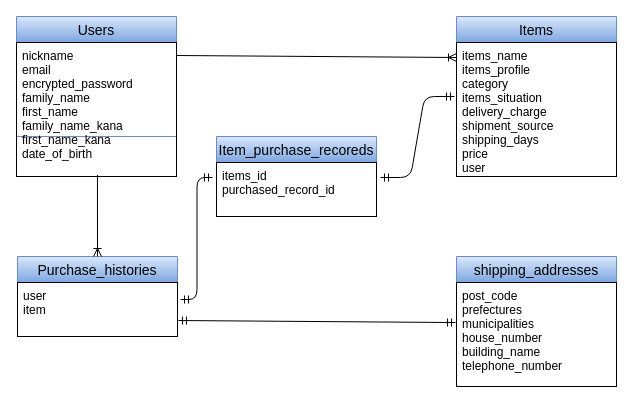
Before: furima-37257.dio in chiharu05/furima-37257, a draw.io diagram. Source tidied: cells renumbered, new cells numbered last; positions are measured from the earlier drawing's top-left corner, leaving out a move shared by most shapes. Both pictures are drawn from the tidied source at 100%, with x=0, y=0 at pixel (16, 16).
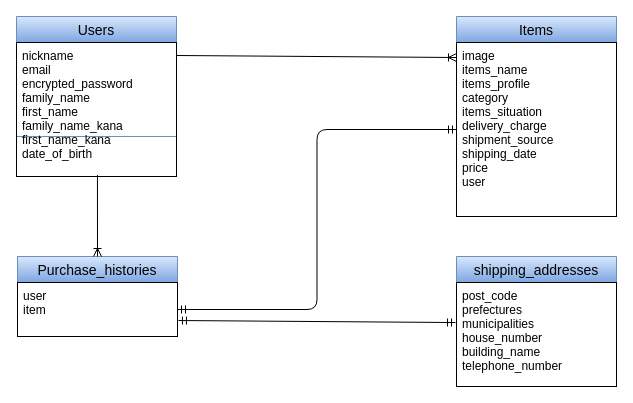
After the change.

Commit message (it also covers changes not shown here):
データベース設計の修正

The edit, as a diff of the source:
```diff
@@
 <mxGraphModel background="#ffffff">
   <root>
     <mxCell id="0" />
     <mxCell id="1" parent="0" />
     <mxCell id="2" value="Users" style="swimlane;fontStyle=0;horizontal=1;startSize=26;align=center;fontSize=14;fillColor=#dae8fc;strokeColor=#6c8ebf;gradientColor=#7ea6e0;fontColor=#000000;" parent="1" vertex="1">
       <mxGeometry width="160" height="120" as="geometry" />
     </mxCell>
     <mxCell id="3" value="Purchase_histories" style="swimlane;fontStyle=0;horizontal=1;startSize=26;align=center;fontSize=14;fillColor=#dae8fc;strokeColor=#6c8ebf;gradientColor=#7ea6e0;fontColor=#000000;" parent="1" vertex="1">
       <mxGeometry x="1" y="240" width="160" height="80" as="geometry" />
     </mxCell>
     <mxCell id="4" value="user&#10;item" style="text;fillColor=none;spacingLeft=4;spacingRight=4;overflow=hidden;points=[[0,0.5],[1,0.5]];portConstraint=eastwest;fontSize=12;fontColor=#000000;labelBorderColor=none;strokeColor=#000000;" parent="3" vertex="1">
       <mxGeometry y="26" width="160" height="54" as="geometry" />
     </mxCell>
-    <mxCell id="5" value="Item_purchase_recoreds" style="swimlane;fontStyle=0;horizontal=1;startSize=26;align=center;fontSize=14;labelBorderColor=none;fillColor=#dae8fc;strokeColor=#6c8ebf;gradientColor=#7ea6e0;fontColor=#000000;" parent="1" vertex="1">
-      <mxGeometry x="200" y="120" width="160" height="80" as="geometry" />
-    </mxCell>
-    <mxCell id="6" value="items_id&#10;purchased_record_id" style="text;fillColor=none;spacingLeft=4;spacingRight=4;overflow=hidden;points=[[0,0.5],[1,0.5]];portConstraint=eastwest;fontSize=12;fontColor=#000000;labelBorderColor=none;strokeColor=#000000;" parent="5" vertex="1">
-      <mxGeometry y="26" width="160" height="54" as="geometry" />
-    </mxCell>
     <mxCell id="7" value="Items" style="swimlane;fontStyle=0;horizontal=1;startSize=26;align=center;fontSize=14;gradientColor=#7ea6e0;fillColor=#dae8fc;strokeColor=#6c8ebf;fontColor=#000000;" parent="1" vertex="1">
-      <mxGeometry x="440" width="160" height="160" as="geometry" />
+      <mxGeometry x="440" width="160" height="200" as="geometry" />
     </mxCell>
-    <mxCell id="8" value="items_name&#10;items_profile&#10;category&#10;items_situation&#10;delivery_charge&#10;shipment_source&#10;shipping_days&#10;price&#10;user" style="text;fillColor=none;spacingLeft=4;spacingRight=4;overflow=hidden;points=[[0,0.5],[1,0.5]];portConstraint=eastwest;fontSize=12;fontColor=#000000;labelBorderColor=none;strokeColor=#000000;" parent="7" vertex="1">
-      <mxGeometry y="26" width="160" height="134" as="geometry" />
+    <mxCell id="8" value="image&#10;items_name&#10;items_profile&#10;category&#10;items_situation&#10;delivery_charge&#10;shipment_source&#10;shipping_date&#10;price&#10;user" style="text;fillColor=none;spacingLeft=4;spacingRight=4;overflow=hidden;points=[[0,0.5],[1,0.5]];portConstraint=eastwest;fontSize=12;fontColor=#000000;labelBorderColor=none;strokeColor=#000000;" parent="7" vertex="1">
+      <mxGeometry y="26" width="160" height="174" as="geometry" />
     </mxCell>
     <mxCell id="9" value="shipping_addresses" style="swimlane;fontStyle=0;horizontal=1;startSize=26;align=center;fontSize=14;gradientColor=#7ea6e0;fillColor=#dae8fc;strokeColor=#6c8ebf;fontColor=#000000;" parent="1" vertex="1">
       <mxGeometry x="440" y="240" width="160" height="130" as="geometry" />
     </mxCell>
     <mxCell id="10" value="post_code&#10;prefectures&#10;municipalities&#10;house_number&#10;building_name&#10;telephone_number" style="text;fillColor=none;spacingLeft=4;spacingRight=4;overflow=hidden;points=[[0,0.5],[1,0.5]];portConstraint=eastwest;fontSize=12;fontColor=#000000;labelBorderColor=none;strokeColor=#000000;" parent="9" vertex="1">
       <mxGeometry y="26" width="160" height="104" as="geometry" />
     </mxCell>
     <mxCell id="11" style="fontSize=12;html=1;endArrow=ERoneToMany;strokeColor=#000000;entryX=0.5;entryY=0;entryDx=0;entryDy=0;exitX=0.506;exitY=0.989;exitDx=0;exitDy=0;exitPerimeter=0;" parent="1" edge="1" source="14" target="3">
       <mxGeometry relative="1" as="geometry" />
     </mxCell>
     <mxCell id="12" style="fontSize=12;html=1;endArrow=ERoneToMany;strokeColor=#000000;" parent="1" edge="1">
       <mxGeometry relative="1" as="geometry">
         <mxPoint x="160" y="39" as="sourcePoint" />
         <mxPoint x="440" y="41" as="targetPoint" />
       </mxGeometry>
     </mxCell>
     <mxCell id="13" style="fontSize=12;html=1;endArrow=ERmandOne;startArrow=ERmandOne;strokeColor=#000000;exitX=1.006;exitY=0.704;exitDx=0;exitDy=0;exitPerimeter=0;entryX=-0.006;entryY=0.385;entryDx=0;entryDy=0;entryPerimeter=0;" parent="1" edge="1" source="4" target="10">
       <mxGeometry relative="1" as="geometry" />
     </mxCell>
     <mxCell id="14" value="nickname&#10;email&#10;encrypted_password&#10;family_name&#10;first_name&#10;family_name_kana&#10;first_name_kana&#10;date_of_birth" style="text;fillColor=none;spacingLeft=4;spacingRight=4;overflow=hidden;points=[[0,0.5],[1,0.5]];portConstraint=eastwest;fontSize=12;fontColor=#000000;labelBorderColor=none;strokeColor=#000000;" parent="1" vertex="1">
       <mxGeometry y="26" width="160" height="134" as="geometry" />
     </mxCell>
-    <mxCell id="15" style="edgeStyle=entityRelationEdgeStyle;fontSize=12;html=1;endArrow=ERmandOne;startArrow=ERmandOne;strokeColor=#000000;" parent="1" edge="1">
-      <mxGeometry relative="1" as="geometry">
-        <mxPoint x="364" y="161" as="sourcePoint" />
-        <mxPoint x="438" y="80" as="targetPoint" />
-      </mxGeometry>
+    <mxCell id="15" style="edgeStyle=orthogonalEdgeStyle;fontSize=12;html=1;endArrow=ERmandOne;startArrow=ERmandOne;strokeColor=#000000;exitX=1;exitY=0.5;exitDx=0;exitDy=0;entryX=0;entryY=0.5;entryDx=0;entryDy=0;" parent="1" edge="1" source="4" target="8">
+      <mxGeometry relative="1" as="geometry" />
     </mxCell>
-    <mxCell id="16" style="edgeStyle=orthogonalEdgeStyle;fontSize=12;html=1;endArrow=ERmandOne;startArrow=ERmandOne;strokeColor=#000000;entryX=-0.025;entryY=0.278;entryDx=0;entryDy=0;entryPerimeter=0;exitX=1.019;exitY=0.315;exitDx=0;exitDy=0;exitPerimeter=0;" parent="1" edge="1" source="4" target="6">
-      <mxGeometry relative="1" as="geometry" />
-    </mxCell>
   </root>
 </mxGraphModel>
```
